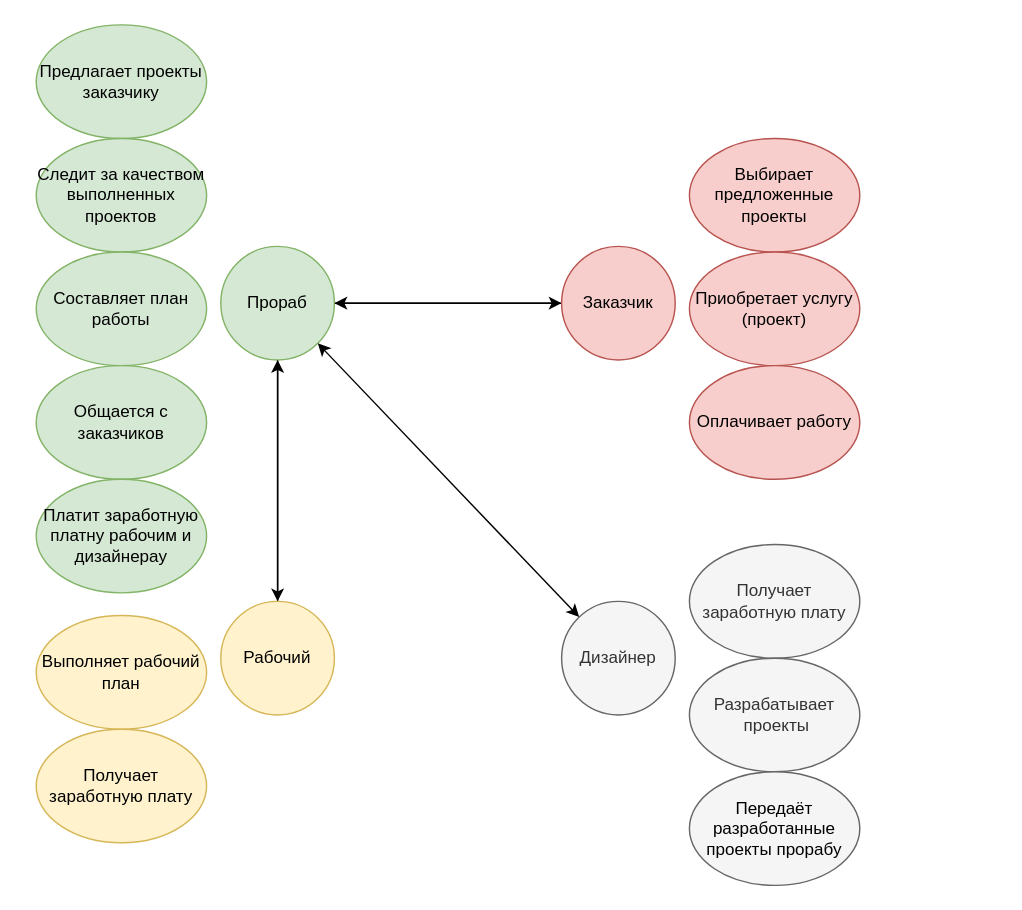
LeraMrmr/ZiminaLera keeps this draw.io diagram as ZiminaLera.drawio. Above is the earlier version. Source tidied: cells renumbered, new cells numbered last; positions are measured from the earlier drawing's top-left corner, leaving out a move shared by most shapes. Both pictures are drawn from the tidied source at 142%, with x=0, y=0 at pixel (36, 24).
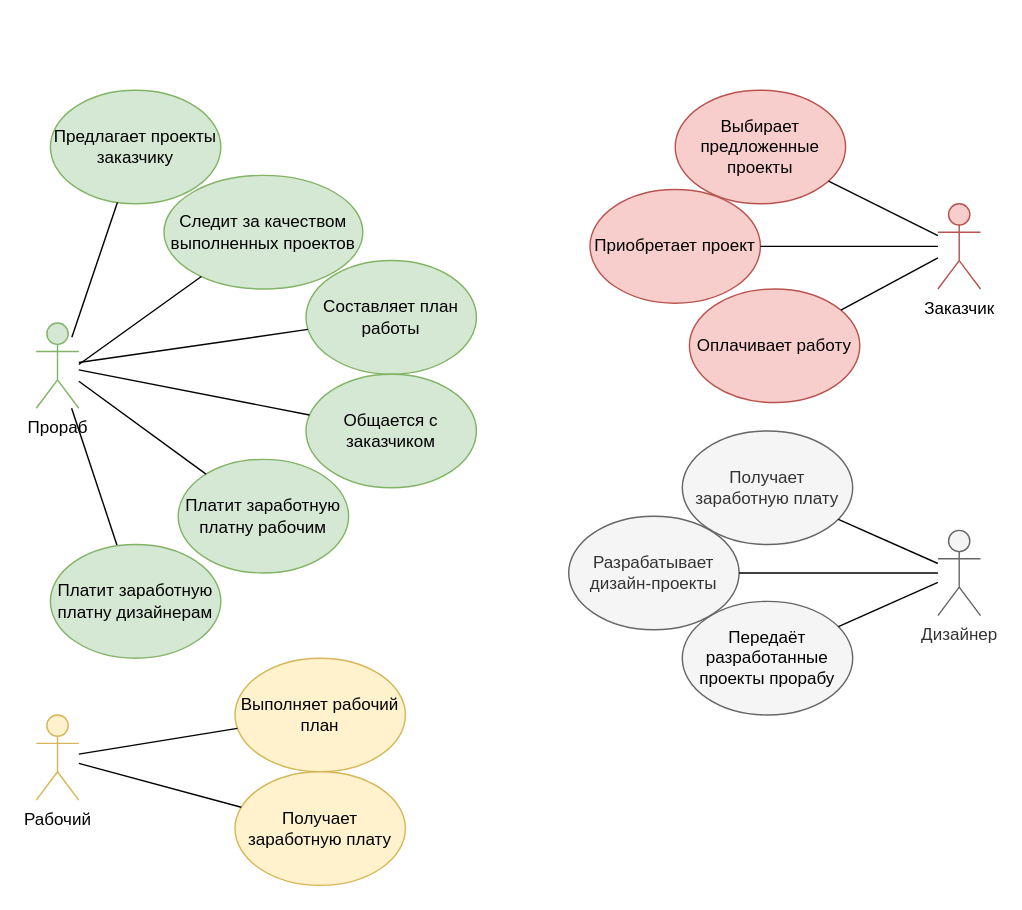
Above is the later version.

Diff of the diagram source:
```diff
@@
-    <mxCell id="2" style="edgeStyle=orthogonalEdgeStyle;rounded=0;jettySize=auto;html=1;exitX=0.5;exitY=1;exitDx=0;exitDy=0;entryX=0.5;entryY=0;entryDx=0;entryDy=0;" parent="1" edge="1" source="4" target="8">
-      <mxGeometry relative="1" as="geometry" />
-    </mxCell>
-    <mxCell id="3" style="edgeStyle=orthogonalEdgeStyle;rounded=0;jettySize=auto;html=1;exitX=1;exitY=0.5;exitDx=0;exitDy=0;" parent="1" edge="1" source="4" target="6">
-      <mxGeometry relative="1" as="geometry" />
-    </mxCell>
-    <mxCell id="4" value="Прораб" style="ellipse;whiteSpace=wrap;html=1;fillColor=#d5e8d4;strokeColor=#82b366;" parent="1" vertex="1">
-      <mxGeometry x="130" y="156" width="80" height="80" as="geometry" />
-    </mxCell>
-    <mxCell id="5" style="edgeStyle=orthogonalEdgeStyle;rounded=0;jettySize=auto;html=1;exitX=0;exitY=0.5;exitDx=0;exitDy=0;entryX=1;entryY=0.5;entryDx=0;entryDy=0;" parent="1" edge="1" source="6" target="4">
-      <mxGeometry relative="1" as="geometry" />
-    </mxCell>
-    <mxCell id="6" value="Заказчик" style="ellipse;whiteSpace=wrap;html=1;fillColor=#f8cecc;strokeColor=#b85450;" parent="1" vertex="1">
-      <mxGeometry x="370" y="156" width="80" height="80" as="geometry" />
-    </mxCell>
-    <mxCell id="7" style="edgeStyle=orthogonalEdgeStyle;rounded=0;jettySize=auto;html=1;exitX=0.5;exitY=0;exitDx=0;exitDy=0;entryX=0.5;entryY=1;entryDx=0;entryDy=0;" parent="1" edge="1" source="8" target="4">
-      <mxGeometry relative="1" as="geometry" />
-    </mxCell>
-    <mxCell id="8" value="Рабочий" style="ellipse;whiteSpace=wrap;html=1;fillColor=#fff2cc;strokeColor=#d6b656;" parent="1" vertex="1">
-      <mxGeometry x="130" y="406" width="80" height="80" as="geometry" />
-    </mxCell>
-    <mxCell id="9" value="Дизайнер" style="ellipse;whiteSpace=wrap;html=1;fillColor=#f5f5f5;strokeColor=#666666;fontColor=#333333;" parent="1" vertex="1">
-      <mxGeometry x="370" y="406" width="80" height="80" as="geometry" />
-    </mxCell>
-    <mxCell id="10" style="endArrow=classic;startArrow=classic;html=1;entryX=1;entryY=1;entryDx=0;entryDy=0;" parent="1" edge="1" source="9" target="4">
-      <mxGeometry relative="1" as="geometry" />
-    </mxCell>
     <mxCell id="11" value="&lt;span&gt;Предлагает проекты заказчику&lt;/span&gt;" style="ellipse;whiteSpace=wrap;html=1;rounded=1;glass=0;sketch=0;strokeColor=#82b366;fillColor=#d5e8d4;" parent="1" vertex="1">
-      <mxGeometry width="120" height="80" as="geometry" />
+      <mxGeometry x="10" y="46" width="120" height="80" as="geometry" />
     </mxCell>
     <mxCell id="12" value="&lt;span&gt;Следит за качеством выполненных проектов&lt;/span&gt;" style="ellipse;whiteSpace=wrap;html=1;rounded=1;glass=0;sketch=0;strokeColor=#82b366;fillColor=#d5e8d4;" parent="1" vertex="1">
-      <mxGeometry y="80" width="120" height="80" as="geometry" />
+      <mxGeometry x="90" y="106" width="140" height="80" as="geometry" />
     </mxCell>
     <mxCell id="13" value="&lt;span&gt;Составляет план работы&lt;/span&gt;" style="ellipse;whiteSpace=wrap;html=1;rounded=1;glass=0;sketch=0;strokeColor=#82b366;fillColor=#d5e8d4;" parent="1" vertex="1">
-      <mxGeometry y="160" width="120" height="80" as="geometry" />
+      <mxGeometry x="190" y="166" width="120" height="80" as="geometry" />
     </mxCell>
-    <mxCell id="14" value="&lt;span&gt;Общается с заказчиков&lt;/span&gt;" style="ellipse;whiteSpace=wrap;html=1;rounded=1;glass=0;sketch=0;strokeColor=#82b366;fillColor=#d5e8d4;" parent="1" vertex="1">
-      <mxGeometry y="240" width="120" height="80" as="geometry" />
+    <mxCell id="14" value="&lt;span&gt;Общается с заказчиком&lt;/span&gt;" style="ellipse;whiteSpace=wrap;html=1;rounded=1;glass=0;sketch=0;strokeColor=#82b366;fillColor=#d5e8d4;" parent="1" vertex="1">
+      <mxGeometry x="190" y="246" width="120" height="80" as="geometry" />
     </mxCell>
-    <mxCell id="15" value="&lt;span&gt;Платит заработную платну рабочим и дизайнерау&lt;/span&gt;" style="ellipse;whiteSpace=wrap;html=1;rounded=1;glass=0;sketch=0;strokeColor=#82b366;fillColor=#d5e8d4;" parent="1" vertex="1">
-      <mxGeometry y="320" width="120" height="80" as="geometry" />
+    <mxCell id="15" value="&lt;span&gt;Платит заработную платну рабочим &lt;br&gt;&lt;/span&gt;" style="ellipse;whiteSpace=wrap;html=1;rounded=1;glass=0;sketch=0;strokeColor=#82b366;fillColor=#d5e8d4;" parent="1" vertex="1">
+      <mxGeometry x="100" y="306" width="120" height="80" as="geometry" />
     </mxCell>
     <mxCell id="16" value="&lt;span&gt;Выполняет рабочий план&lt;/span&gt;" style="ellipse;whiteSpace=wrap;html=1;rounded=1;glass=0;sketch=0;strokeColor=#d6b656;fillColor=#fff2cc;" parent="1" vertex="1">
-      <mxGeometry y="416" width="120" height="80" as="geometry" />
+      <mxGeometry x="140" y="446" width="120" height="80" as="geometry" />
     </mxCell>
     <mxCell id="17" value="&lt;span&gt;Получает заработную плату&lt;/span&gt;" style="ellipse;whiteSpace=wrap;html=1;rounded=1;glass=0;sketch=0;strokeColor=#d6b656;fillColor=#fff2cc;" parent="1" vertex="1">
-      <mxGeometry y="496" width="120" height="80" as="geometry" />
+      <mxGeometry x="140" y="526" width="120" height="80" as="geometry" />
     </mxCell>
     <mxCell id="18" value="&lt;span&gt;Выбирает предложенные проекты&lt;/span&gt;" style="ellipse;whiteSpace=wrap;html=1;rounded=1;glass=0;sketch=0;strokeColor=#b85450;fillColor=#f8cecc;" parent="1" vertex="1">
-      <mxGeometry x="460" y="80" width="120" height="80" as="geometry" />
+      <mxGeometry x="450" y="46" width="120" height="80" as="geometry" />
     </mxCell>
-    <mxCell id="19" value="&lt;span&gt;Приобретает услугу (проект)&lt;/span&gt;" style="ellipse;whiteSpace=wrap;html=1;rounded=1;glass=0;sketch=0;strokeColor=#b85450;fillColor=#f8cecc;" parent="1" vertex="1">
-      <mxGeometry x="460" y="160" width="120" height="80" as="geometry" />
+    <mxCell id="19" value="&lt;span&gt;Приобретает проект&lt;/span&gt;" style="ellipse;whiteSpace=wrap;html=1;rounded=1;glass=0;sketch=0;strokeColor=#b85450;fillColor=#f8cecc;" parent="1" vertex="1">
+      <mxGeometry x="390" y="116" width="120" height="80" as="geometry" />
     </mxCell>
     <mxCell id="20" value="&lt;span&gt;Оплачивает работу&lt;/span&gt;" style="ellipse;whiteSpace=wrap;html=1;rounded=1;glass=0;sketch=0;strokeColor=#b85450;fillColor=#f8cecc;" parent="1" vertex="1">
-      <mxGeometry x="460" y="240" width="120" height="80" as="geometry" />
+      <mxGeometry x="460" y="186" width="120" height="80" as="geometry" />
     </mxCell>
     <mxCell id="21" value="&lt;span&gt;Получает заработную плату&lt;/span&gt;" style="ellipse;whiteSpace=wrap;html=1;rounded=1;glass=0;sketch=0;fillColor=#f5f5f5;strokeColor=#666666;fontColor=#333333;" parent="1" vertex="1">
-      <mxGeometry x="460" y="366" width="120" height="80" as="geometry" />
+      <mxGeometry x="455" y="286" width="120" height="80" as="geometry" />
     </mxCell>
-    <mxCell id="22" value="&lt;span&gt;Разрабатывает &amp;nbsp;проекты&lt;/span&gt;" style="ellipse;whiteSpace=wrap;html=1;rounded=1;glass=0;sketch=0;fillColor=#f5f5f5;strokeColor=#666666;fontColor=#333333;" parent="1" vertex="1">
-      <mxGeometry x="460" y="446" width="120" height="80" as="geometry" />
+    <mxCell id="22" value="&lt;span&gt;Разрабатывает дизайн-проекты&lt;/span&gt;" style="ellipse;whiteSpace=wrap;html=1;rounded=1;glass=0;sketch=0;fillColor=#f5f5f5;strokeColor=#666666;fontColor=#333333;" parent="1" vertex="1">
+      <mxGeometry x="375" y="346" width="120" height="80" as="geometry" />
     </mxCell>
     <mxCell id="23" value="&lt;span style=&quot;color: rgb(0 , 0 , 0)&quot;&gt;Передаёт разработанные проекты прорабу&lt;/span&gt;" style="ellipse;whiteSpace=wrap;html=1;rounded=1;glass=0;sketch=0;strokeColor=#666666;fillColor=#f5f5f5;fontColor=#333333;" parent="1" vertex="1">
-      <mxGeometry x="460" y="526" width="120" height="80" as="geometry" />
+      <mxGeometry x="455" y="406" width="120" height="80" as="geometry" />
     </mxCell>
+    <mxCell id="24" style="rounded=0;jettySize=auto;html=1;endArrow=none;endFill=0;" parent="1" edge="1" target="11">
+      <mxGeometry relative="1" as="geometry">
+        <mxPoint x="25.1" y="220" as="sourcePoint" />
+      </mxGeometry>
+    </mxCell>
+    <mxCell id="25" style="edgeStyle=none;rounded=0;jettySize=auto;html=1;endArrow=none;endFill=0;" parent="1" edge="1" target="12">
+      <mxGeometry relative="1" as="geometry">
+        <mxPoint x="30" y="239.2" as="sourcePoint" />
+      </mxGeometry>
+    </mxCell>
+    <mxCell id="26" style="edgeStyle=none;rounded=0;jettySize=auto;html=1;endArrow=none;endFill=0;" parent="1" edge="1" source="4" target="13">
+      <mxGeometry relative="1" as="geometry" />
+    </mxCell>
+    <mxCell id="27" style="edgeStyle=none;rounded=0;jettySize=auto;html=1;endArrow=none;endFill=0;" parent="1" edge="1" source="4" target="14">
+      <mxGeometry relative="1" as="geometry" />
+    </mxCell>
+    <mxCell id="28" style="edgeStyle=none;rounded=0;jettySize=auto;html=1;endArrow=none;endFill=0;" parent="1" edge="1" source="4" target="15">
+      <mxGeometry relative="1" as="geometry" />
+    </mxCell>
+    <mxCell id="29" style="edgeStyle=none;rounded=0;jettySize=auto;html=1;endArrow=none;endFill=0;" parent="1" edge="1" source="4" target="38">
+      <mxGeometry relative="1" as="geometry" />
+    </mxCell>
+    <mxCell id="4" value="Прораб" style="shape=umlActor;verticalLabelPosition=bottom;verticalAlign=top;html=1;outlineConnect=0;fillColor=#d5e8d4;strokeColor=#82b366;" parent="1" vertex="1">
+      <mxGeometry y="210" width="30" height="60" as="geometry" />
+    </mxCell>
+    <mxCell id="30" style="edgeStyle=none;rounded=0;jettySize=auto;html=1;endArrow=none;endFill=0;" parent="1" edge="1" source="6" target="18">
+      <mxGeometry relative="1" as="geometry" />
+    </mxCell>
+    <mxCell id="31" style="edgeStyle=none;rounded=0;jettySize=auto;html=1;endArrow=none;endFill=0;" parent="1" edge="1" source="6" target="19">
+      <mxGeometry relative="1" as="geometry" />
+    </mxCell>
+    <mxCell id="32" style="edgeStyle=none;rounded=0;jettySize=auto;html=1;endArrow=none;endFill=0;" parent="1" edge="1" source="6" target="20">
+      <mxGeometry relative="1" as="geometry" />
+    </mxCell>
+    <mxCell id="6" value="&lt;div&gt;Заказчик&lt;/div&gt;" style="shape=umlActor;verticalLabelPosition=bottom;verticalAlign=top;html=1;outlineConnect=0;fillColor=#f8cecc;strokeColor=#b85450;" parent="1" vertex="1">
+      <mxGeometry x="635" y="126" width="30" height="60" as="geometry" />
+    </mxCell>
+    <mxCell id="33" style="edgeStyle=none;rounded=0;jettySize=auto;html=1;endArrow=none;endFill=0;" parent="1" edge="1" source="8" target="16">
+      <mxGeometry relative="1" as="geometry" />
+    </mxCell>
+    <mxCell id="34" style="edgeStyle=none;rounded=0;jettySize=auto;html=1;endArrow=none;endFill=0;" parent="1" edge="1" source="8" target="17">
+      <mxGeometry relative="1" as="geometry" />
+    </mxCell>
+    <mxCell id="8" value="Рабочий" style="shape=umlActor;verticalLabelPosition=bottom;verticalAlign=top;html=1;outlineConnect=0;fillColor=#fff2cc;strokeColor=#d6b656;" parent="1" vertex="1">
+      <mxGeometry y="486" width="30" height="60" as="geometry" />
+    </mxCell>
+    <mxCell id="35" style="edgeStyle=none;rounded=0;jettySize=auto;html=1;endArrow=none;endFill=0;" parent="1" edge="1" source="9" target="21">
+      <mxGeometry relative="1" as="geometry" />
+    </mxCell>
+    <mxCell id="36" style="edgeStyle=none;rounded=0;jettySize=auto;html=1;endArrow=none;endFill=0;" parent="1" edge="1" source="9" target="22">
+      <mxGeometry relative="1" as="geometry" />
+    </mxCell>
+    <mxCell id="37" style="edgeStyle=none;rounded=0;jettySize=auto;html=1;endArrow=none;endFill=0;" parent="1" edge="1" source="9" target="23">
+      <mxGeometry relative="1" as="geometry" />
+    </mxCell>
+    <mxCell id="9" value="Дизайнер" style="shape=umlActor;verticalLabelPosition=bottom;verticalAlign=top;html=1;outlineConnect=0;fillColor=#f5f5f5;strokeColor=#666666;fontColor=#333333;" parent="1" vertex="1">
+      <mxGeometry x="635" y="356" width="30" height="60" as="geometry" />
+    </mxCell>
+    <mxCell id="38" value="&lt;span&gt;Платит заработную платну дизайнерам&lt;/span&gt;" style="ellipse;whiteSpace=wrap;html=1;rounded=1;glass=0;sketch=0;strokeColor=#82b366;fillColor=#d5e8d4;" parent="1" vertex="1">
+      <mxGeometry x="10" y="366" width="120" height="80" as="geometry" />
+    </mxCell>
```
